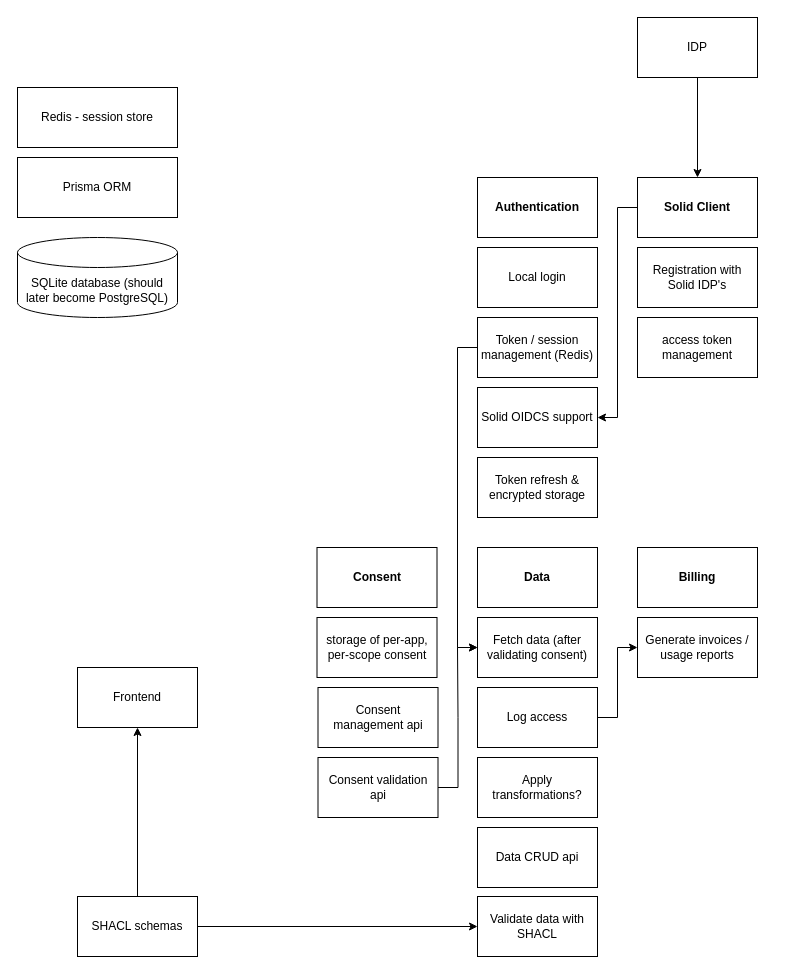
This is draw-io/Untitled Diagram.drawio from lennartdeknikker/diagrams, a draw.io file, before an edit. Source tidied: cells renumbered, new cells numbered last; positions are measured from the earlier drawing's top-left corner, leaving out a move shared by most shapes. Both pictures are drawn from the tidied source at 100%, with x=0, y=0 at pixel (17, 17).
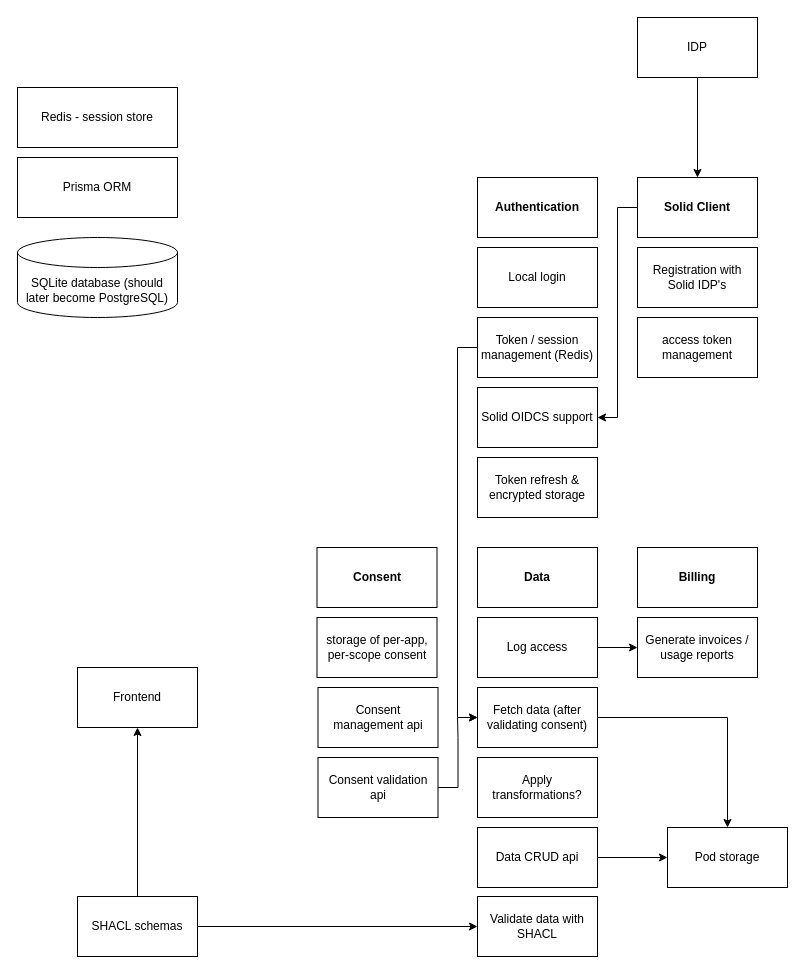
The same page after the edit.

The change refers to these unchanged cells:
```xml
<mxCell id="14" value="Token / session management (Redis)" style="rounded=0;whiteSpace=wrap;html=1;" parent="1" vertex="1">
  <mxGeometry x="460" y="300" width="120" height="60" as="geometry" />
</mxCell>
<mxCell id="31" value="Data CRUD api" style="rounded=0;whiteSpace=wrap;html=1;" parent="1" vertex="1">
  <mxGeometry x="460" y="810" width="120" height="60" as="geometry" />
</mxCell>
```

Diff of the diagram source:
```diff
@@
     <mxCell id="13" style="edgeStyle=orthogonalEdgeStyle;rounded=0;jettySize=auto;html=1;entryX=0;entryY=0.5;entryDx=0;entryDy=0;" parent="1" edge="1" source="14" target="27">
       <mxGeometry relative="1" as="geometry">
         <Array as="points">
           <mxPoint x="440" y="330" />
-          <mxPoint x="440" y="630" />
+          <mxPoint x="440" y="700" />
         </Array>
       </mxGeometry>
     </mxCell>
@@
+    <mxCell id="35" style="edgeStyle=orthogonalEdgeStyle;rounded=0;jettySize=auto;html=1;entryX=0.5;entryY=0;entryDx=0;entryDy=0;" parent="1" edge="1" source="27" target="37">
+      <mxGeometry relative="1" as="geometry">
+        <Array as="points">
+          <mxPoint x="710" y="700" />
+        </Array>
+      </mxGeometry>
+    </mxCell>
     <mxCell id="27" value="Fetch data (after validating consent)" style="rounded=0;whiteSpace=wrap;html=1;" parent="1" vertex="1">
-      <mxGeometry x="460" y="600" width="120" height="60" as="geometry" />
+      <mxGeometry x="460" y="670" width="120" height="60" as="geometry" />
     </mxCell>
@@
     <mxCell id="29" value="Log access" style="rounded=0;whiteSpace=wrap;html=1;fontStyle=0;" parent="1" vertex="1">
-      <mxGeometry x="460" y="670" width="120" height="60" as="geometry" />
+      <mxGeometry x="460" y="600" width="120" height="60" as="geometry" />
     </mxCell>
@@
+    <mxCell id="36" style="edgeStyle=orthogonalEdgeStyle;rounded=0;jettySize=auto;html=1;entryX=0;entryY=0.5;entryDx=0;entryDy=0;" parent="1" edge="1" source="31" target="37">
+      <mxGeometry relative="1" as="geometry" />
+    </mxCell>
@@
+    <mxCell id="37" value="Pod storage" style="rounded=0;whiteSpace=wrap;html=1;" parent="1" vertex="1">
+      <mxGeometry x="650" y="810" width="120" height="60" as="geometry" />
+    </mxCell>
```
